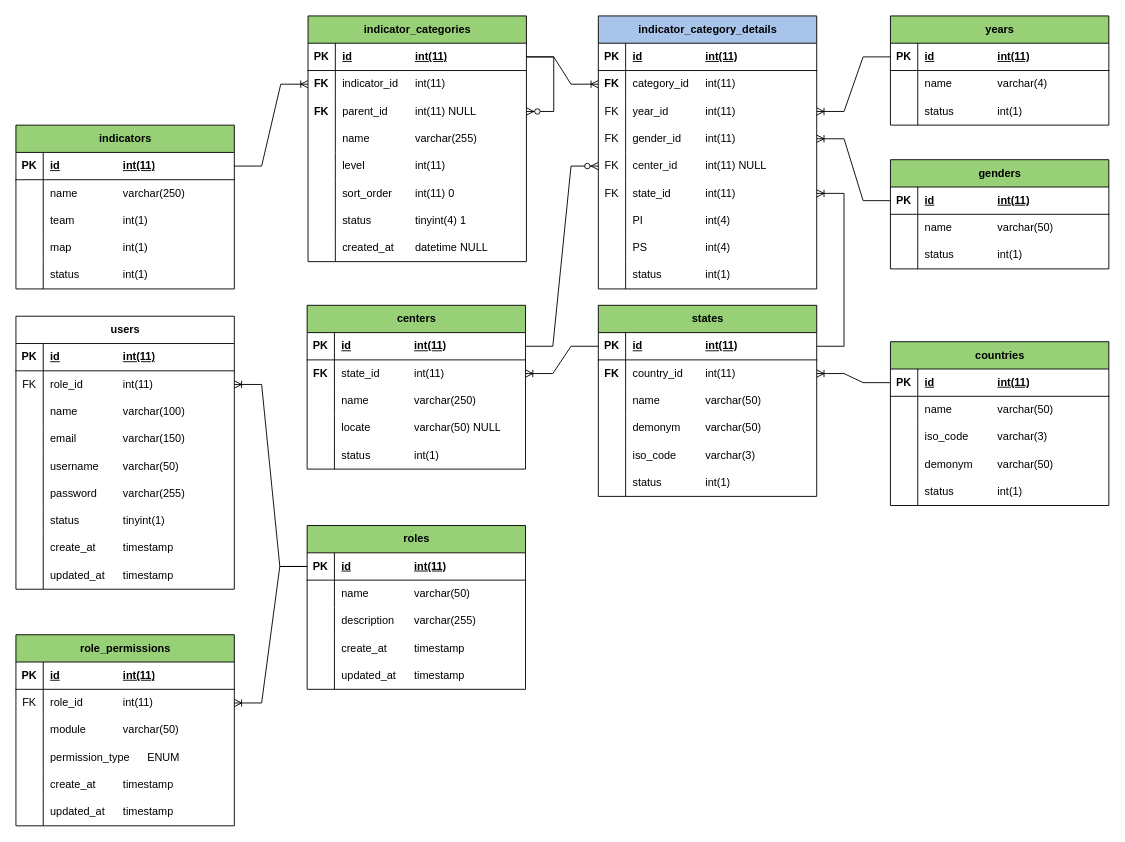
This is data/REDIM entidad - relacion - v3.drawio from MIGUEL-TGH/redim_frontend, a draw.io file, before an edit. Source tidied: cells renumbered, new cells numbered last; positions are measured from the earlier drawing's top-left corner, leaving out a move shared by most shapes. Both pictures are drawn from the tidied source at 91%, with x=0, y=0 at pixel (15, 15).
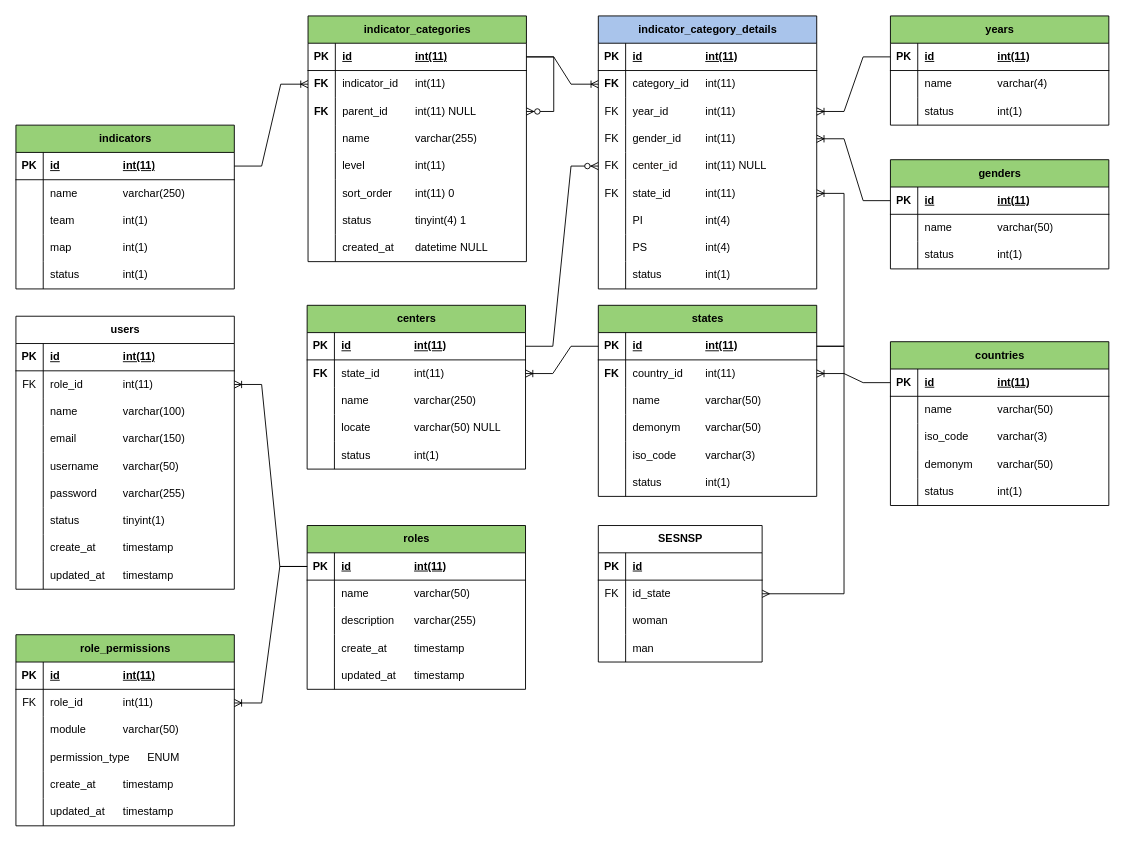
After the change.

The change refers to these unchanged cells:
```xml
<mxCell id="61" style="shape=tableRow;horizontal=0;startSize=0;swimlaneHead=0;swimlaneBody=0;fillColor=none;points=[[0,0.5],[1,0.5]];portConstraint=eastwest;top=0;left=0;right=0;bottom=1;" parent="60" vertex="1">
  <mxGeometry y="30" width="240" height="30" as="geometry" />
</mxCell>
```

The edit, as a diff of the source:
```diff
@@
+    <mxCell id="216" value="SESNSP" style="shape=table;startSize=30;childLayout=tableLayout;rowLines=0;fontStyle=1;align=center;html=1;" parent="1" vertex="1">
+      <mxGeometry x="640" y="560" width="180" height="150" as="geometry" />
+    </mxCell>
+    <mxCell id="217" style="shape=tableRow;horizontal=0;startSize=0;swimlaneHead=0;swimlaneBody=0;fillColor=none;top=0;left=0;right=0;bottom=1;" parent="216" vertex="1">
+      <mxGeometry y="30" width="180" height="30" as="geometry" />
+    </mxCell>
+    <mxCell id="218" value="PK" style="shape=partialRectangle;fillColor=none;top=0;left=0;bottom=0;right=0;fontStyle=1;overflow=hidden;whiteSpace=wrap;html=1;" parent="217" vertex="1">
+      <mxGeometry width="30" height="30" as="geometry" />
+    </mxCell>
+    <mxCell id="219" value="id" style="shape=partialRectangle;fillColor=none;top=0;left=0;bottom=0;right=0;align=left;spacingLeft=6;fontStyle=5;overflow=hidden;whiteSpace=wrap;html=1;" parent="217" vertex="1">
+      <mxGeometry x="30" width="150" height="30" as="geometry" />
+    </mxCell>
+    <mxCell id="220" style="shape=tableRow;horizontal=0;startSize=0;swimlaneHead=0;swimlaneBody=0;fillColor=none;points=[[0,0.5],[1,0.5]];portConstraint=eastwest;top=0;left=0;right=0;bottom=0;" parent="216" vertex="1">
+      <mxGeometry y="60" width="180" height="30" as="geometry" />
+    </mxCell>
+    <mxCell id="221" value="FK" style="shape=partialRectangle;fillColor=none;top=0;left=0;bottom=0;right=0;overflow=hidden;whiteSpace=wrap;html=1;" parent="220" vertex="1">
+      <mxGeometry width="30" height="30" as="geometry" />
+    </mxCell>
+    <mxCell id="222" value="id_state" style="shape=partialRectangle;fillColor=none;top=0;left=0;bottom=0;right=0;align=left;spacingLeft=6;overflow=hidden;whiteSpace=wrap;html=1;" parent="220" vertex="1">
+      <mxGeometry x="30" width="150" height="30" as="geometry" />
+    </mxCell>
+    <mxCell id="223" style="shape=tableRow;horizontal=0;startSize=0;swimlaneHead=0;swimlaneBody=0;fillColor=none;top=0;left=0;right=0;bottom=0;" parent="216" vertex="1">
+      <mxGeometry y="90" width="180" height="30" as="geometry" />
+    </mxCell>
+    <mxCell id="224" style="shape=partialRectangle;fillColor=none;top=0;left=0;bottom=0;right=0;overflow=hidden;whiteSpace=wrap;html=1;" parent="223" vertex="1">
+      <mxGeometry width="30" height="30" as="geometry" />
+    </mxCell>
+    <mxCell id="225" value="woman" style="shape=partialRectangle;fillColor=none;top=0;left=0;bottom=0;right=0;align=left;spacingLeft=6;overflow=hidden;whiteSpace=wrap;html=1;" parent="223" vertex="1">
+      <mxGeometry x="30" width="150" height="30" as="geometry" />
+    </mxCell>
+    <mxCell id="226" style="shape=tableRow;horizontal=0;startSize=0;swimlaneHead=0;swimlaneBody=0;fillColor=none;top=0;left=0;right=0;bottom=0;" parent="216" vertex="1">
+      <mxGeometry y="120" width="180" height="30" as="geometry" />
+    </mxCell>
+    <mxCell id="227" style="shape=partialRectangle;fillColor=none;top=0;left=0;bottom=0;right=0;overflow=hidden;whiteSpace=wrap;html=1;" parent="226" vertex="1">
+      <mxGeometry width="30" height="30" as="geometry" />
+    </mxCell>
+    <mxCell id="228" value="man" style="shape=partialRectangle;fillColor=none;top=0;left=0;bottom=0;right=0;align=left;spacingLeft=6;overflow=hidden;whiteSpace=wrap;html=1;" parent="226" vertex="1">
+      <mxGeometry x="30" width="150" height="30" as="geometry" />
+    </mxCell>
+    <mxCell id="229" style="edgeStyle=entityRelationEdgeStyle;fontSize=12;html=1;endArrow=ERmany;rounded=0;" parent="1" edge="1" source="61" target="220">
+      <mxGeometry relative="1" as="geometry" />
+    </mxCell>
```
